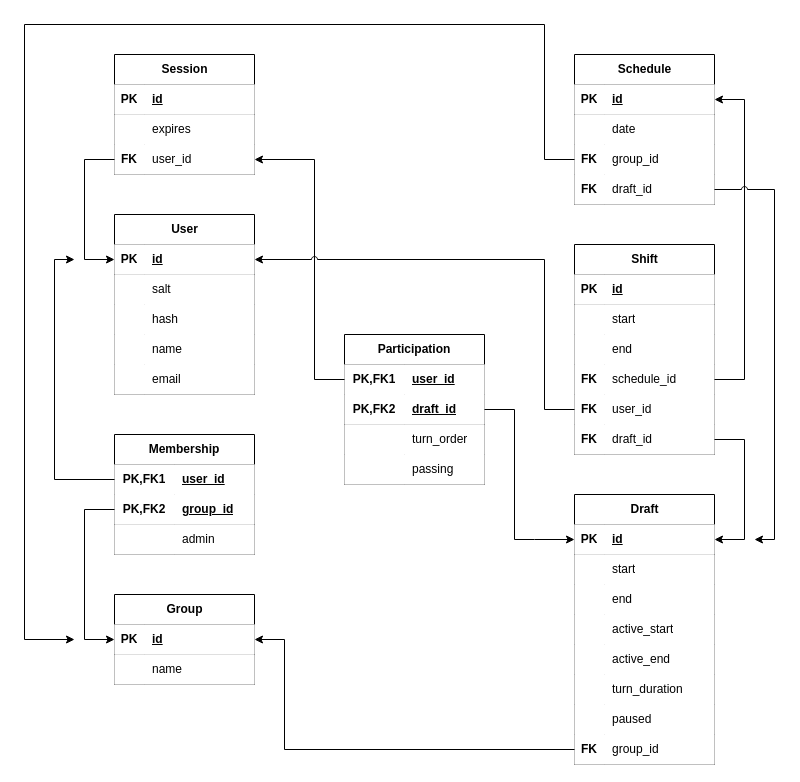
Before: documentation/database-schema.drawio in AaronOwensSE/shiftER, a draw.io diagram. Source tidied: cells renumbered, new cells numbered last; positions are measured from the earlier drawing's top-left corner, leaving out a move shared by most shapes. Both pictures are drawn from the tidied source at 100%, with x=0, y=0 at pixel (24, 24).
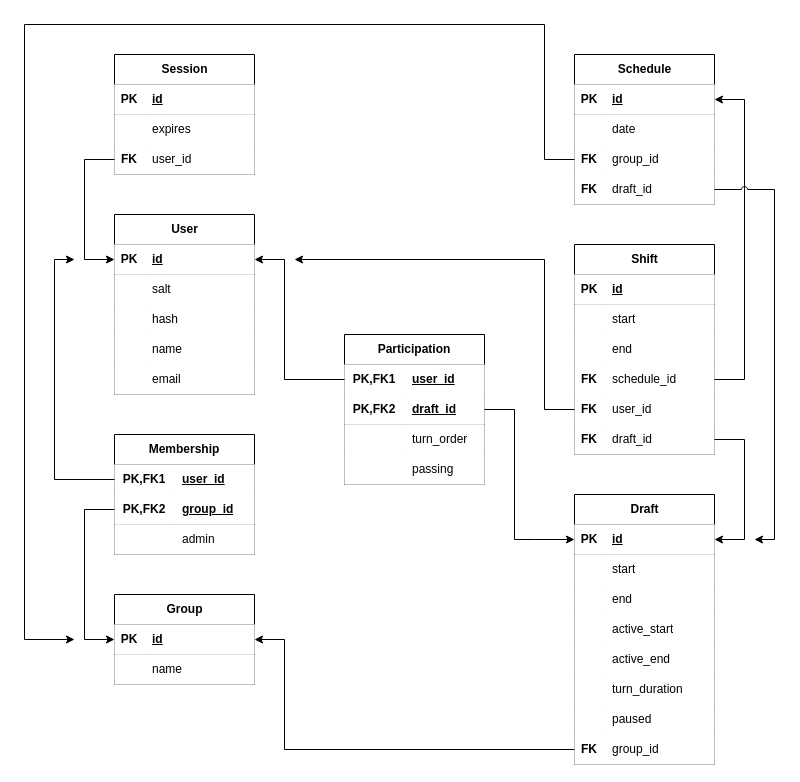
The same diagram, later.

Commit message (it also covers changes not shown here):
Database Setup

Unchanged cells that the change refers to:
```xml
<mxCell id="9" style="shape=tableRow;horizontal=0;startSize=0;swimlaneHead=0;swimlaneBody=0;points=[[0,0.5],[1,0.5]];portConstraint=eastwest;top=0;left=0;right=0;bottom=0;" parent="2" vertex="1">
  <mxGeometry y="90" width="140" height="30" as="geometry" />
</mxCell>
<mxCell id="12" value="User" style="shape=table;startSize=30;childLayout=tableLayout;rowLines=0;fontStyle=1;align=center;html=1;" parent="1" vertex="1">
  <mxGeometry x="90" y="190" width="140" height="180" as="geometry" />
</mxCell>
<mxCell id="13" style="shape=tableRow;horizontal=0;startSize=0;swimlaneHead=0;swimlaneBody=0;points=[[0,0.5],[1,0.5]];portConstraint=eastwest;top=0;left=0;right=0;bottom=1;" parent="12" vertex="1">
  <mxGeometry y="30" width="140" height="30" as="geometry" />
</mxCell>
<mxCell id="86" style="shape=tableRow;horizontal=0;startSize=0;swimlaneHead=0;swimlaneBody=0;points=[[0,0.5],[1,0.5]];portConstraint=eastwest;top=0;left=0;right=0;bottom=0;" parent="73" vertex="1">
  <mxGeometry y="150" width="140" height="30" as="geometry" />
</mxCell>
<mxCell id="103" style="shape=tableRow;horizontal=0;startSize=0;swimlaneHead=0;swimlaneBody=0;points=[[0,0.5],[1,0.5]];portConstraint=eastwest;top=0;left=0;right=0;bottom=0;html=1;" parent="102" vertex="1">
  <mxGeometry y="30" width="140" height="30" as="geometry" />
</mxCell>
```

Change to the diagram source:
```diff
@@
-    <mxCell id="118" style="endArrow=classic;html=1;rounded=0;exitX=0;exitY=0.5;exitDx=0;exitDy=0;entryX=1;entryY=0.5;entryDx=0;entryDy=0;" parent="1" edge="1" source="103" target="9">
+    <mxCell id="118" style="endArrow=classic;html=1;rounded=0;exitX=0;exitY=0.5;exitDx=0;exitDy=0;entryX=1;entryY=0.25;entryDx=0;entryDy=0;" parent="1" edge="1" source="103" target="12">
       <mxGeometry relative="1" as="geometry">
         <Array as="points">
-          <mxPoint x="290" y="355" />
-          <mxPoint x="290" y="135" />
+          <mxPoint x="260" y="355" />
+          <mxPoint x="260" y="235" />
         </Array>
       </mxGeometry>
     </mxCell>
@@
-    <mxCell id="121" style="endArrow=classic;html=1;rounded=0;exitX=0;exitY=0.5;exitDx=0;exitDy=0;entryX=1;entryY=0.5;entryDx=0;entryDy=0;flowAnimation=0;shadow=0;jumpStyle=arc;" parent="1" edge="1" source="86" target="13">
+    <mxCell id="121" style="endArrow=classic;html=1;rounded=0;exitX=0;exitY=0.5;exitDx=0;exitDy=0;flowAnimation=0;shadow=0;jumpStyle=arc;" parent="1" edge="1" source="86">
       <mxGeometry relative="1" as="geometry">
+        <mxPoint x="270" y="235" as="targetPoint" />
         <Array as="points">
           <mxPoint x="520" y="385" />
           <mxPoint x="520" y="235" />
-          <mxPoint x="250" y="235" />
+          <mxPoint x="270" y="235" />
         </Array>
       </mxGeometry>
     </mxCell>
```
